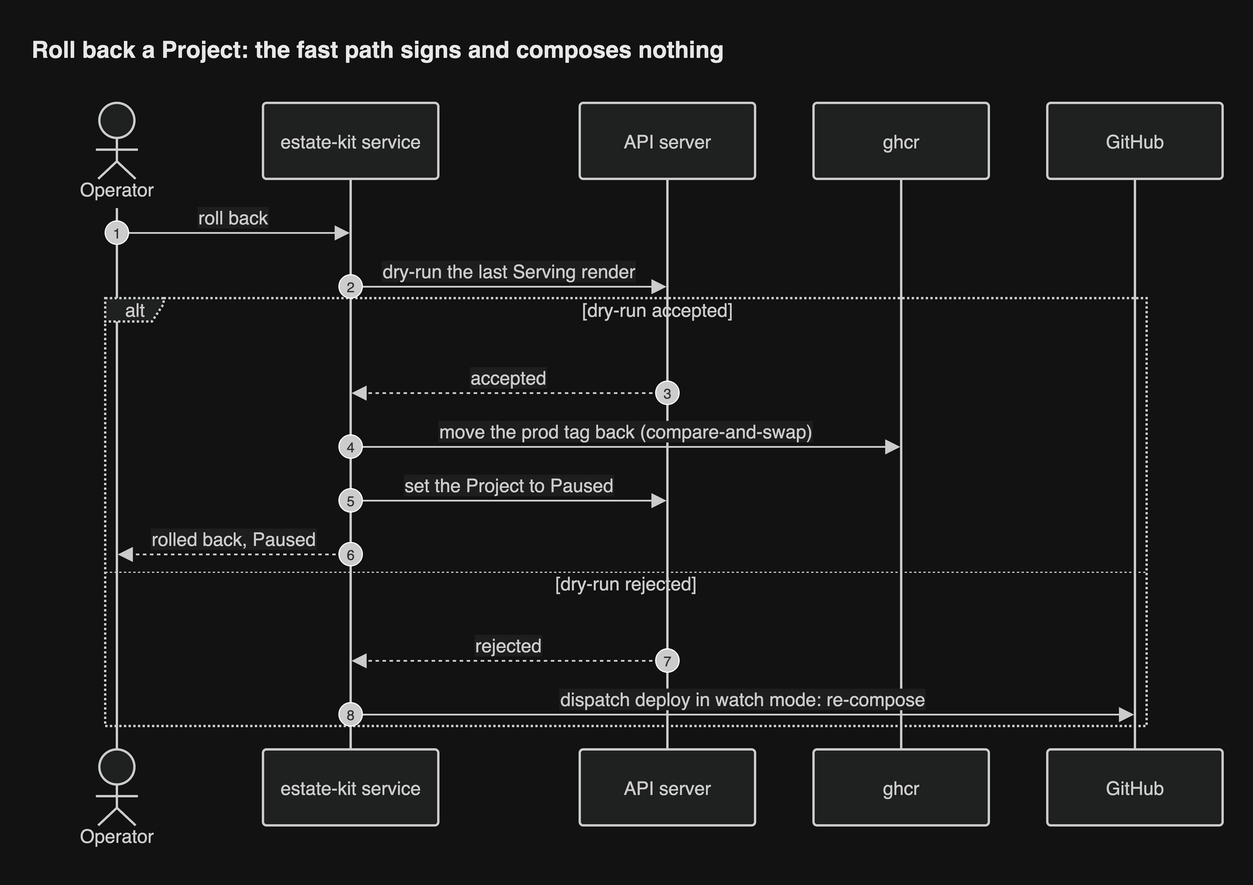
JorisJonkers-dev/estate-kit keeps this draw.io diagram as docs/diagrams/png/seq-rollback.png. Above is the earlier version. Source tidied: cells renumbered, new cells last; positions are measured from the earlier drawing's top-left corner, leaving out a move shared by most shapes.
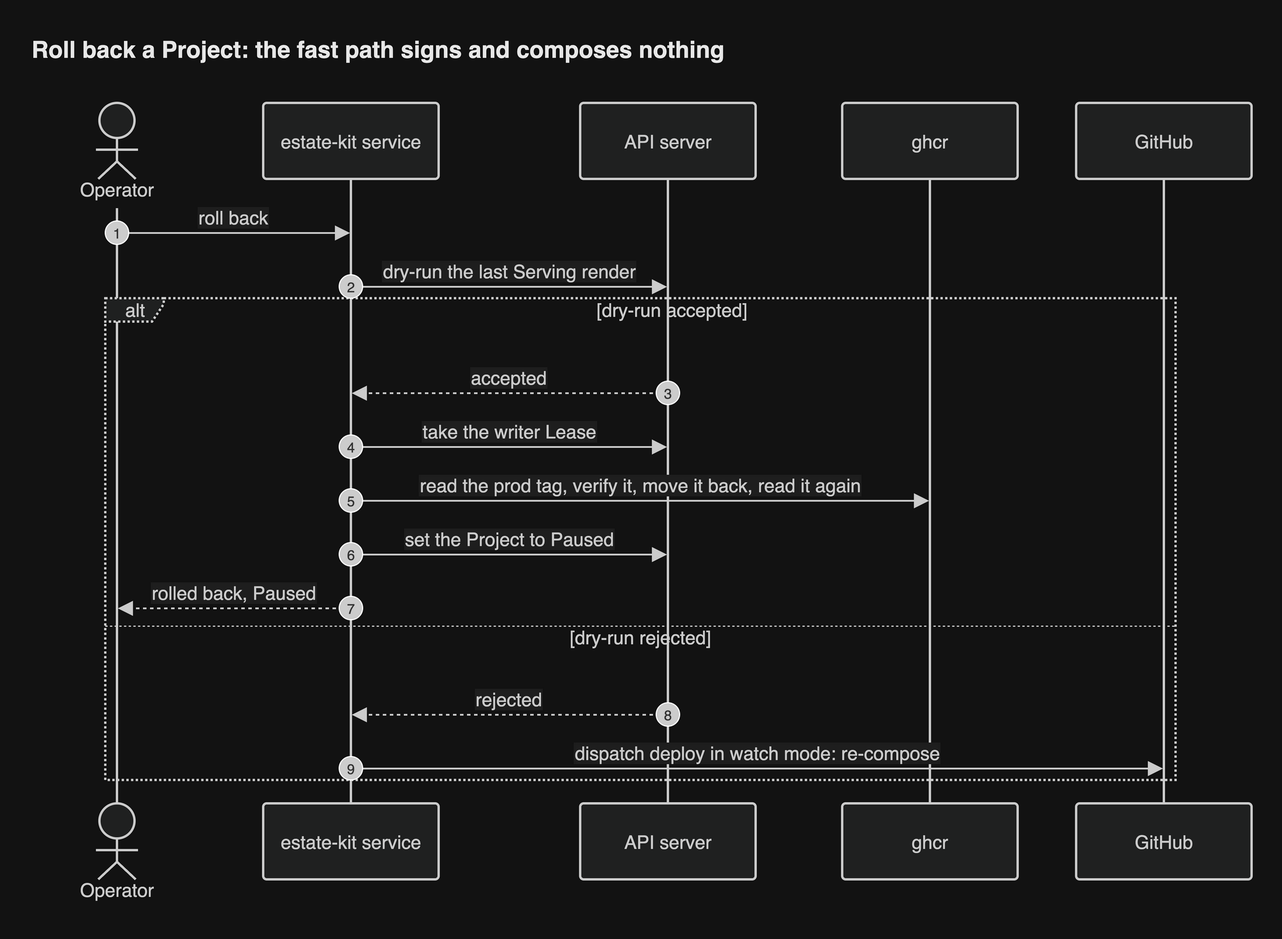
After the commit.

The edit, as a diff of the source:
```diff
@@ -3,31 +3,31 @@
     <mxCell id="0" />
     <mxCell id="1" parent="0" />
     <mxCell id="2" value="Operator" style="html=1;shape=umlLifeline;perimeter=lifelinePerimeter;whiteSpace=wrap;outlineConnect=0;portConstraint=eastwest;newEdgeStyle={&quot;edgeStyle&quot;:&quot;sequenceEdgeStyle&quot;,&quot;libavoidRouting&quot;:0,&quot;curved&quot;:0,&quot;rounded&quot;:0};lifelineDashed=0;strokeWidth=2;rounded=1;absoluteArcSize=1;arcSize=6;lifelineColor=light-dark(#9370DB,#cccccc);participant=seqActorStick;verticalAlign=bottom;align=center;spacingBottom=4;size=90;lifelineMirror=1;fillColor=light-dark(#ECECFF,#1f2020);strokeColor=light-dark(#9370DB,#cccccc);fontColor=light-dark(#333333,#cccccc);fontSize=16;fontFamily=Helvetica;" parent="1" vertex="1">
-      <mxGeometry y="64" width="150" height="643" as="geometry" />
+      <mxGeometry y="64" width="150" height="689" as="geometry" />
     </mxCell>
     <mxCell id="3" value="estate-kit service" style="html=1;shape=umlLifeline;perimeter=lifelinePerimeter;whiteSpace=wrap;outlineConnect=0;portConstraint=eastwest;newEdgeStyle={&quot;edgeStyle&quot;:&quot;sequenceEdgeStyle&quot;,&quot;libavoidRouting&quot;:0,&quot;curved&quot;:0,&quot;rounded&quot;:0};lifelineDashed=0;strokeWidth=2;rounded=1;absoluteArcSize=1;arcSize=6;lifelineColor=light-dark(#9370DB,#cccccc);size=65;lifelineMirror=1;fillColor=light-dark(#ECECFF,#1f2020);strokeColor=light-dark(#9370DB,#cccccc);fontColor=light-dark(#333333,#cccccc);fontSize=16;fontFamily=Helvetica;" parent="1" vertex="1">
-      <mxGeometry x="200" y="64" width="150" height="618" as="geometry" />
+      <mxGeometry x="200" y="64" width="150" height="664" as="geometry" />
     </mxCell>
     <mxCell id="4" value="API server" style="html=1;shape=umlLifeline;perimeter=lifelinePerimeter;whiteSpace=wrap;outlineConnect=0;portConstraint=eastwest;newEdgeStyle={&quot;edgeStyle&quot;:&quot;sequenceEdgeStyle&quot;,&quot;libavoidRouting&quot;:0,&quot;curved&quot;:0,&quot;rounded&quot;:0};lifelineDashed=0;strokeWidth=2;rounded=1;absoluteArcSize=1;arcSize=6;lifelineColor=light-dark(#9370DB,#cccccc);size=65;lifelineMirror=1;fillColor=light-dark(#ECECFF,#1f2020);strokeColor=light-dark(#9370DB,#cccccc);fontColor=light-dark(#333333,#cccccc);fontSize=16;fontFamily=Helvetica;" parent="1" vertex="1">
-      <mxGeometry x="471" y="64" width="150" height="618" as="geometry" />
+      <mxGeometry x="471" y="64" width="150" height="664" as="geometry" />
     </mxCell>
     <mxCell id="5" value="ghcr" style="html=1;shape=umlLifeline;perimeter=lifelinePerimeter;whiteSpace=wrap;outlineConnect=0;portConstraint=eastwest;newEdgeStyle={&quot;edgeStyle&quot;:&quot;sequenceEdgeStyle&quot;,&quot;libavoidRouting&quot;:0,&quot;curved&quot;:0,&quot;rounded&quot;:0};lifelineDashed=0;strokeWidth=2;rounded=1;absoluteArcSize=1;arcSize=6;lifelineColor=light-dark(#9370DB,#cccccc);size=65;lifelineMirror=1;fillColor=light-dark(#ECECFF,#1f2020);strokeColor=light-dark(#9370DB,#cccccc);fontColor=light-dark(#333333,#cccccc);fontSize=16;fontFamily=Helvetica;" parent="1" vertex="1">
-      <mxGeometry x="671" y="64" width="150" height="618" as="geometry" />
+      <mxGeometry x="695" y="64" width="150" height="664" as="geometry" />
     </mxCell>
     <mxCell id="6" value="GitHub" style="html=1;shape=umlLifeline;perimeter=lifelinePerimeter;whiteSpace=wrap;outlineConnect=0;portConstraint=eastwest;newEdgeStyle={&quot;edgeStyle&quot;:&quot;sequenceEdgeStyle&quot;,&quot;libavoidRouting&quot;:0,&quot;curved&quot;:0,&quot;rounded&quot;:0};lifelineDashed=0;strokeWidth=2;rounded=1;absoluteArcSize=1;arcSize=6;lifelineColor=light-dark(#9370DB,#cccccc);size=65;lifelineMirror=1;fillColor=light-dark(#ECECFF,#1f2020);strokeColor=light-dark(#9370DB,#cccccc);fontColor=light-dark(#333333,#cccccc);fontSize=16;fontFamily=Helvetica;" parent="1" vertex="1">
-      <mxGeometry x="871" y="64" width="150" height="618" as="geometry" />
+      <mxGeometry x="895" y="64" width="150" height="664" as="geometry" />
     </mxCell>
     <mxCell id="7" value="alt" style="html=1;shape=umlFrame;dashed=1;fixDash=1;dashPattern=2 2;strokeWidth=2;fillColor=light-dark(#ECECFF,#1f2020);strokeColor=light-dark(#9370DB,#cccccc);fontSize=16;align=center;verticalAlign=middle;fontColor=light-dark(#333333,#cccccc);height=20;width=50;fontFamily=Helvetica;" parent="1" vertex="1">
-      <mxGeometry x="65" y="231" width="891" height="366" as="geometry" />
+      <mxGeometry x="65" y="231" width="915" height="412" as="geometry" />
     </mxCell>
     <mxCell id="8" value="[dry-run accepted]" style="text;strokeColor=none;fillColor=none;align=center;verticalAlign=middle;whiteSpace=wrap;fontSize=16;fontColor=light-dark(#333333,#cccccc);fontFamily=Helvetica;" parent="7" vertex="1">
-      <mxGeometry x="54" y="2" width="837" height="16" as="geometry" />
+      <mxGeometry x="54" y="2" width="861" height="16" as="geometry" />
     </mxCell>
     <mxCell id="9" style="shape=line;dashed=1;fixDash=1;dashPattern=2 2;strokeColor=light-dark(#9370DB,#cccccc);fontFamily=Helvetica;" parent="7" vertex="1">
-      <mxGeometry y="234" width="891" height="1" as="geometry" />
+      <mxGeometry y="280" width="915" height="1" as="geometry" />
     </mxCell>
     <mxCell id="10" value="[dry-run rejected]" style="text;strokeColor=none;fillColor=none;align=center;verticalAlign=middle;whiteSpace=wrap;fontSize=16;fontColor=light-dark(#333333,#cccccc);fontFamily=Helvetica;" parent="7" vertex="1">
-      <mxGeometry y="236" width="891" height="16" as="geometry" />
+      <mxGeometry y="282" width="915" height="16" as="geometry" />
     </mxCell>
     <mxCell id="11" value="roll back" style="endArrow=block;endSize=9;verticalAlign=bottom;spacingBottom=2;edgeStyle=sequenceEdgeStyle;libavoidRouting=0;curved=0;rounded=0;fontSize=16;strokeWidth=1.5;strokeColor=light-dark(#333333,#cccccc);fontColor=light-dark(#333333,#cccccc);fontFamily=Helvetica;labelBackgroundColor=light-dark(#ffffff,#1e1e1e);" parent="1" edge="1" source="2" target="3">
       <mxGeometry relative="1" as="geometry">
@@ -59,58 +59,68 @@
     <mxCell id="16" value="3" style="ellipse;fillColor=light-dark(#333333,#cccccc);align=center;verticalAlign=middle;fontColor=light-dark(#FFFFFF,#333333);fontSize=12;fontFamily=Helvetica;" parent="1" vertex="1">
       <mxGeometry x="536" y="302" width="20" height="20" as="geometry" />
     </mxCell>
-    <mxCell id="17" value="move the prod tag back (compare-and-swap)" style="endArrow=block;endSize=9;verticalAlign=bottom;spacingBottom=2;edgeStyle=sequenceEdgeStyle;libavoidRouting=0;curved=0;rounded=0;fontSize=16;strokeWidth=1.5;strokeColor=light-dark(#333333,#cccccc);fontColor=light-dark(#333333,#cccccc);fontFamily=Helvetica;labelBackgroundColor=light-dark(#ffffff,#1e1e1e);" parent="1" edge="1" source="3" target="5">
+    <mxCell id="17" value="take the writer Lease" style="endArrow=block;endSize=9;verticalAlign=bottom;spacingBottom=2;edgeStyle=sequenceEdgeStyle;libavoidRouting=0;curved=0;rounded=0;fontSize=16;strokeWidth=1.5;strokeColor=light-dark(#333333,#cccccc);fontColor=light-dark(#333333,#cccccc);fontFamily=Helvetica;labelBackgroundColor=light-dark(#ffffff,#1e1e1e);" parent="1" edge="1" source="3" target="4">
       <mxGeometry relative="1" as="geometry">
         <Array as="points">
-          <mxPoint x="511" y="358" />
+          <mxPoint x="411" y="358" />
         </Array>
       </mxGeometry>
     </mxCell>
     <mxCell id="18" value="4" style="ellipse;fillColor=light-dark(#333333,#cccccc);align=center;verticalAlign=middle;fontColor=light-dark(#FFFFFF,#333333);fontSize=12;fontFamily=Helvetica;" parent="1" vertex="1">
       <mxGeometry x="265" y="348" width="20" height="20" as="geometry" />
     </mxCell>
-    <mxCell id="19" value="set the Project to Paused" style="endArrow=block;endSize=9;verticalAlign=bottom;spacingBottom=2;edgeStyle=sequenceEdgeStyle;libavoidRouting=0;curved=0;rounded=0;fontSize=16;strokeWidth=1.5;strokeColor=light-dark(#333333,#cccccc);fontColor=light-dark(#333333,#cccccc);fontFamily=Helvetica;labelBackgroundColor=light-dark(#ffffff,#1e1e1e);" parent="1" edge="1" source="3" target="4">
+    <mxCell id="19" value="read the prod tag, verify it, move it back, read it again" style="endArrow=block;endSize=9;verticalAlign=bottom;spacingBottom=2;edgeStyle=sequenceEdgeStyle;libavoidRouting=0;curved=0;rounded=0;fontSize=16;strokeWidth=1.5;strokeColor=light-dark(#333333,#cccccc);fontColor=light-dark(#333333,#cccccc);fontFamily=Helvetica;labelBackgroundColor=light-dark(#ffffff,#1e1e1e);" parent="1" edge="1" source="3" target="5">
       <mxGeometry relative="1" as="geometry">
         <Array as="points">
-          <mxPoint x="411" y="404" />
+          <mxPoint x="523" y="404" />
         </Array>
       </mxGeometry>
     </mxCell>
     <mxCell id="20" value="5" style="ellipse;fillColor=light-dark(#333333,#cccccc);align=center;verticalAlign=middle;fontColor=light-dark(#FFFFFF,#333333);fontSize=12;fontFamily=Helvetica;" parent="1" vertex="1">
       <mxGeometry x="265" y="394" width="20" height="20" as="geometry" />
     </mxCell>
-    <mxCell id="21" value="rolled back, Paused" style="dashed=1;fixDash=1;dashPattern=3 3;endArrow=block;endSize=9;verticalAlign=bottom;spacingBottom=2;edgeStyle=sequenceEdgeStyle;libavoidRouting=0;curved=0;rounded=0;fontSize=16;strokeWidth=1.5;strokeColor=light-dark(#333333,#cccccc);fontColor=light-dark(#333333,#cccccc);fontFamily=Helvetica;labelBackgroundColor=light-dark(#ffffff,#1e1e1e);" parent="1" edge="1" source="3" target="2">
+    <mxCell id="21" value="set the Project to Paused" style="endArrow=block;endSize=9;verticalAlign=bottom;spacingBottom=2;edgeStyle=sequenceEdgeStyle;libavoidRouting=0;curved=0;rounded=0;fontSize=16;strokeWidth=1.5;strokeColor=light-dark(#333333,#cccccc);fontColor=light-dark(#333333,#cccccc);fontFamily=Helvetica;labelBackgroundColor=light-dark(#ffffff,#1e1e1e);" parent="1" edge="1" source="3" target="4">
       <mxGeometry relative="1" as="geometry">
         <Array as="points">
-          <mxPoint x="175" y="450" />
+          <mxPoint x="411" y="450" />
         </Array>
       </mxGeometry>
     </mxCell>
     <mxCell id="22" value="6" style="ellipse;fillColor=light-dark(#333333,#cccccc);align=center;verticalAlign=middle;fontColor=light-dark(#FFFFFF,#333333);fontSize=12;fontFamily=Helvetica;" parent="1" vertex="1">
       <mxGeometry x="265" y="440" width="20" height="20" as="geometry" />
     </mxCell>
-    <mxCell id="23" value="rejected" style="dashed=1;fixDash=1;dashPattern=3 3;endArrow=block;endSize=9;verticalAlign=bottom;spacingBottom=2;edgeStyle=sequenceEdgeStyle;libavoidRouting=0;curved=0;rounded=0;fontSize=16;strokeWidth=1.5;strokeColor=light-dark(#333333,#cccccc);fontColor=light-dark(#333333,#cccccc);fontFamily=Helvetica;labelBackgroundColor=light-dark(#ffffff,#1e1e1e);" parent="1" edge="1" source="4" target="3">
+    <mxCell id="23" value="rolled back, Paused" style="dashed=1;fixDash=1;dashPattern=3 3;endArrow=block;endSize=9;verticalAlign=bottom;spacingBottom=2;edgeStyle=sequenceEdgeStyle;libavoidRouting=0;curved=0;rounded=0;fontSize=16;strokeWidth=1.5;strokeColor=light-dark(#333333,#cccccc);fontColor=light-dark(#333333,#cccccc);fontFamily=Helvetica;labelBackgroundColor=light-dark(#ffffff,#1e1e1e);" parent="1" edge="1" source="3" target="2">
       <mxGeometry relative="1" as="geometry">
         <Array as="points">
-          <mxPoint x="411" y="541" />
+          <mxPoint x="175" y="496" />
         </Array>
       </mxGeometry>
     </mxCell>
     <mxCell id="24" value="7" style="ellipse;fillColor=light-dark(#333333,#cccccc);align=center;verticalAlign=middle;fontColor=light-dark(#FFFFFF,#333333);fontSize=12;fontFamily=Helvetica;" parent="1" vertex="1">
-      <mxGeometry x="536" y="531" width="20" height="20" as="geometry" />
+      <mxGeometry x="265" y="486" width="20" height="20" as="geometry" />
     </mxCell>
-    <mxCell id="25" value="dispatch deploy in watch mode: re-compose" style="endArrow=block;endSize=9;verticalAlign=bottom;spacingBottom=2;edgeStyle=sequenceEdgeStyle;libavoidRouting=0;curved=0;rounded=0;fontSize=16;strokeWidth=1.5;strokeColor=light-dark(#333333,#cccccc);fontColor=light-dark(#333333,#cccccc);fontFamily=Helvetica;labelBackgroundColor=light-dark(#ffffff,#1e1e1e);" parent="1" edge="1" source="3" target="6">
+    <mxCell id="25" value="rejected" style="dashed=1;fixDash=1;dashPattern=3 3;endArrow=block;endSize=9;verticalAlign=bottom;spacingBottom=2;edgeStyle=sequenceEdgeStyle;libavoidRouting=0;curved=0;rounded=0;fontSize=16;strokeWidth=1.5;strokeColor=light-dark(#333333,#cccccc);fontColor=light-dark(#333333,#cccccc);fontFamily=Helvetica;labelBackgroundColor=light-dark(#ffffff,#1e1e1e);" parent="1" edge="1" source="4" target="3">
       <mxGeometry relative="1" as="geometry">
         <Array as="points">
-          <mxPoint x="611" y="587" />
+          <mxPoint x="411" y="587" />
         </Array>
       </mxGeometry>
     </mxCell>
     <mxCell id="26" value="8" style="ellipse;fillColor=light-dark(#333333,#cccccc);align=center;verticalAlign=middle;fontColor=light-dark(#FFFFFF,#333333);fontSize=12;fontFamily=Helvetica;" parent="1" vertex="1">
-      <mxGeometry x="265" y="577" width="20" height="20" as="geometry" />
+      <mxGeometry x="536" y="577" width="20" height="20" as="geometry" />
     </mxCell>
+    <mxCell id="28" value="dispatch deploy in watch mode: re-compose" style="endArrow=block;endSize=9;verticalAlign=bottom;spacingBottom=2;edgeStyle=sequenceEdgeStyle;libavoidRouting=0;curved=0;rounded=0;fontSize=16;strokeWidth=1.5;strokeColor=light-dark(#333333,#cccccc);fontColor=light-dark(#333333,#cccccc);fontFamily=Helvetica;labelBackgroundColor=light-dark(#ffffff,#1e1e1e);" parent="1" edge="1" source="3" target="6">
+      <mxGeometry relative="1" as="geometry">
+        <Array as="points">
+          <mxPoint x="623" y="633" />
+        </Array>
+      </mxGeometry>
+    </mxCell>
+    <mxCell id="29" value="9" style="ellipse;fillColor=light-dark(#333333,#cccccc);align=center;verticalAlign=middle;fontColor=light-dark(#FFFFFF,#333333);fontSize=12;fontFamily=Helvetica;" parent="1" vertex="1">
+      <mxGeometry x="265" y="623" width="20" height="20" as="geometry" />
+    </mxCell>
     <mxCell id="27" value="Roll back a Project: the fast path signs and composes nothing" style="text;html=1;whiteSpace=wrap;align=left;verticalAlign=middle;fontSize=20;fontStyle=1;fontColor=light-dark(#1a1a1a,#e8e8e8);fontFamily=Helvetica;" parent="1" vertex="1">
-      <mxGeometry width="1021" height="36" as="geometry" />
+      <mxGeometry width="1045" height="36" as="geometry" />
     </mxCell>
   </root>
 </mxGraphModel>
```
